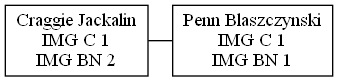
The Graphviz diagram Fase1/clientesEnEspera.png in d-acetun/simulacion-sistema-impresion-de-imagenes, before a commit. Its source is kept beside it as Fase1/clientesEnEspera.dot.
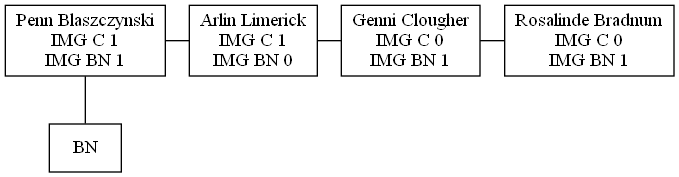
The same file after the commit.

What changed in the source:
```diff
@@ -1,9 +1,17 @@
 digraph ClientesEnEspera {
 node[shape=box]
 edge[arrowhead=none]
-0 [label="Craggie Jackalin\nIMG C 1\nIMG BN 2"]
-1 [label="Penn Blaszczynski\nIMG C 1\nIMG BN 1"]
+0 [label="Penn Blaszczynski\nIMG C 1\nIMG BN 1"]
+1 [label=BN]
+2 [label="Arlin Limerick\nIMG C 1\nIMG BN 0"]
+3 [label="Genni Clougher\nIMG C 0\nIMG BN 1"]
+4 [label="Rosalinde Bradnum\nIMG C 0\nIMG BN 1"]
 0->1
-{rank=same; 0; 1}
+0->2
+2->3
+3->4
+{rank=same; 0; 2}
+{rank=same; 2; 3}
+{rank=same; 3; 4}
 rankdir=TB
 }
```
